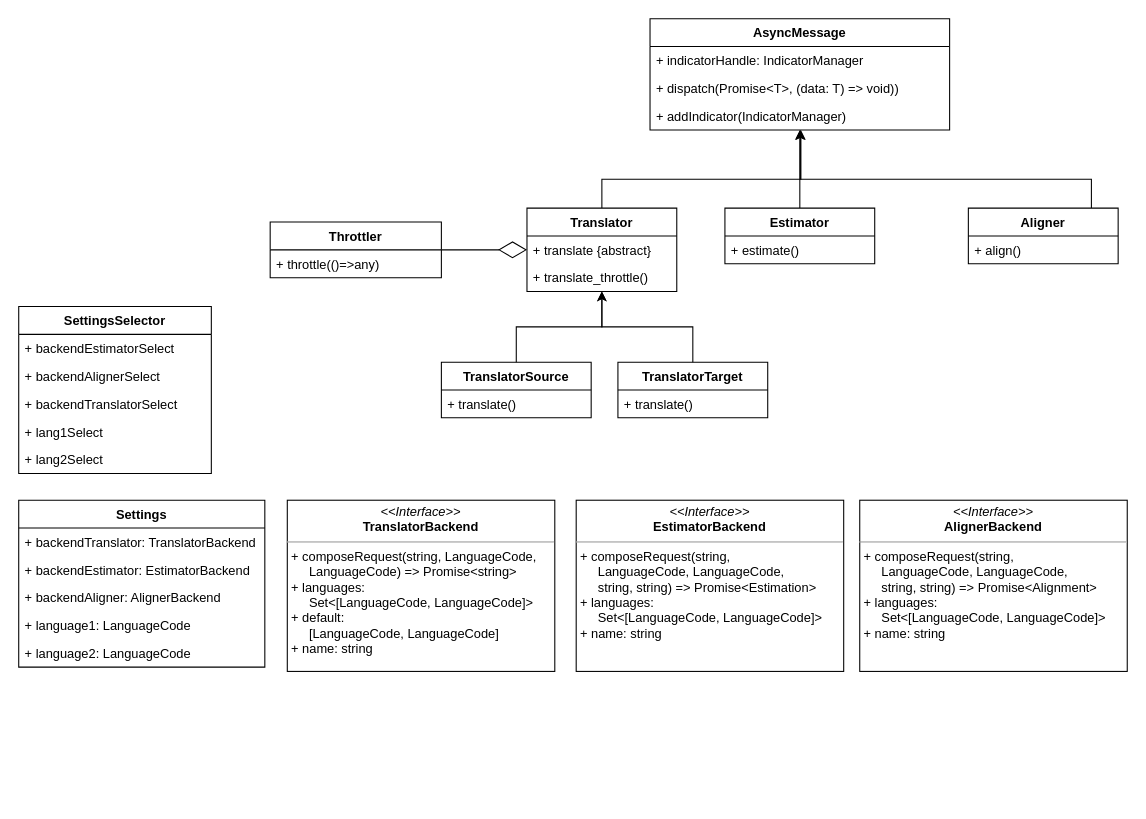
This is meta/web_object_design.drawio from zouharvi/ptakopet, a draw.io file, before an edit. Source tidied: cells renumbered, new cells numbered last; positions are measured from the earlier drawing's top-left corner, leaving out a move shared by most shapes. Both pictures are drawn from the tidied source at 107%, with x=0, y=0 at pixel (18, 18).
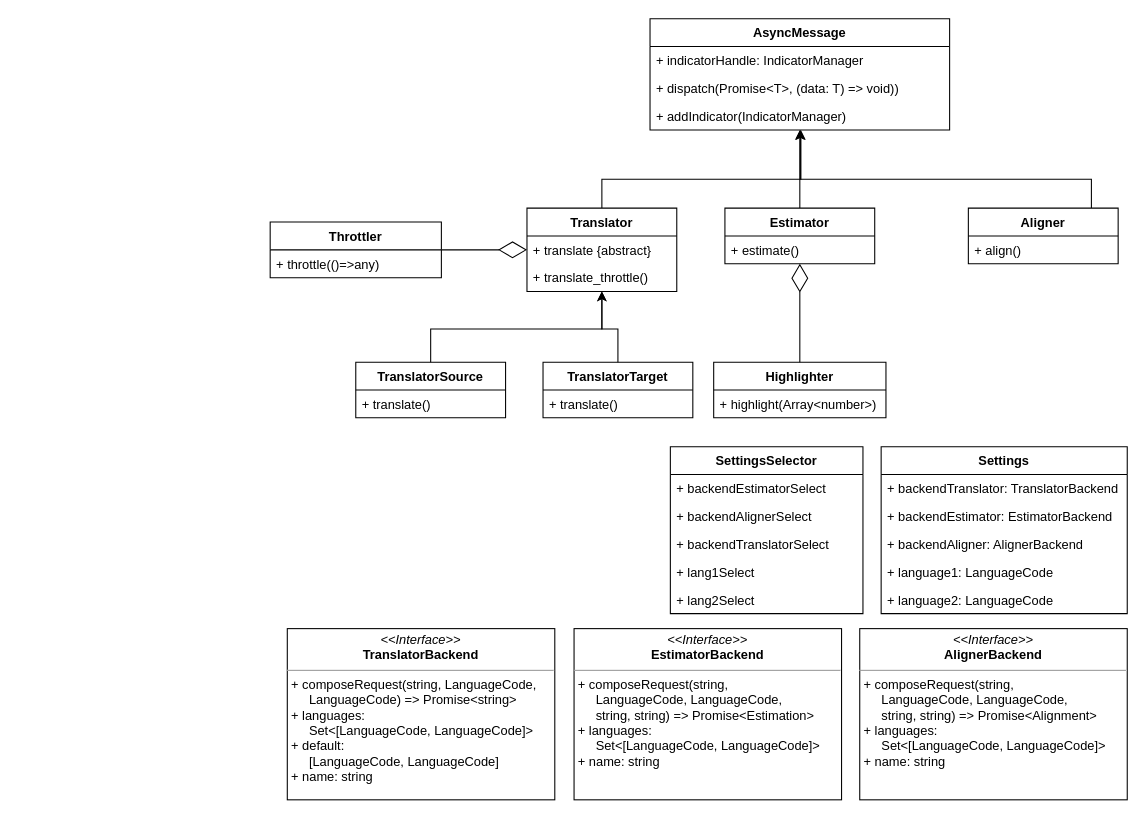
After the change.

Unchanged cells that the change refers to:
```xml
<mxCell id="10" value="Estimator" style="swimlane;fontStyle=1;horizontal=1;startSize=26;fillColor=none;" parent="1" vertex="1">
  <mxGeometry x="660" y="177" width="140" height="52" as="geometry" />
</mxCell>
<mxCell id="13" value="Translator" style="swimlane;fontStyle=1;horizontal=1;startSize=26;fillColor=none;" parent="1" vertex="1">
  <mxGeometry x="475" y="177" width="140" height="78" as="geometry" />
</mxCell>
```

Change to the diagram source:
```diff
@@
     <mxCell id="16" value="SettingsSelector" style="swimlane;fontStyle=1;horizontal=1;startSize=26;fillColor=none;" parent="1" vertex="1">
-      <mxGeometry y="269" width="180" height="156" as="geometry" />
+      <mxGeometry x="609" y="400" width="180" height="156" as="geometry" />
     </mxCell>
@@
     <mxCell id="24" style="edgeStyle=orthogonalEdgeStyle;rounded=0;jettySize=auto;html=1;" parent="1" edge="1" source="25" target="13">
-      <mxGeometry relative="1" as="geometry" />
+      <mxGeometry relative="1" as="geometry">
+        <Array as="points">
+          <mxPoint x="385" y="290" />
+          <mxPoint x="545" y="290" />
+        </Array>
+      </mxGeometry>
     </mxCell>
     <mxCell id="25" value="TranslatorSource" style="swimlane;fontStyle=1;horizontal=1;startSize=26;fillColor=none;" parent="1" vertex="1">
-      <mxGeometry x="395" y="321" width="140" height="52" as="geometry" />
+      <mxGeometry x="315" y="321" width="140" height="52" as="geometry" />
     </mxCell>
@@
     <mxCell id="27" style="edgeStyle=orthogonalEdgeStyle;rounded=0;jettySize=auto;html=1;" parent="1" edge="1" source="28" target="13">
-      <mxGeometry relative="1" as="geometry" />
+      <mxGeometry relative="1" as="geometry">
+        <Array as="points">
+          <mxPoint x="560" y="290" />
+          <mxPoint x="545" y="290" />
+        </Array>
+      </mxGeometry>
     </mxCell>
     <mxCell id="28" value="TranslatorTarget" style="swimlane;fontStyle=1;horizontal=1;startSize=26;fillColor=none;" parent="1" vertex="1">
-      <mxGeometry x="560" y="321" width="140" height="52" as="geometry" />
+      <mxGeometry x="490" y="321" width="140" height="52" as="geometry" />
     </mxCell>
@@
     <mxCell id="30" value="&lt;p style=&quot;margin: 0px ; margin-top: 4px ; text-align: center&quot;&gt;&lt;i&gt;&amp;lt;&amp;lt;Interface&amp;gt;&amp;gt;&lt;/i&gt;&lt;br&gt;&lt;b&gt;TranslatorBackend&lt;/b&gt;&lt;/p&gt;&lt;hr size=&quot;1&quot;&gt;&lt;p style=&quot;margin: 0px ; margin-left: 4px&quot;&gt;+ composeRequest(string, LanguageCode,&lt;br&gt;&amp;nbsp; &amp;nbsp; &amp;nbsp;LanguageCode) =&amp;gt; Promise&amp;lt;string&amp;gt;&lt;/p&gt;&lt;p style=&quot;margin: 0px ; margin-left: 4px&quot;&gt;+ languages:&lt;br&gt;&amp;nbsp; &amp;nbsp; &amp;nbsp;Set&amp;lt;[LanguageCode, LanguageCode]&amp;gt;&lt;br&gt;+ default:&lt;br&gt;&amp;nbsp; &amp;nbsp; &amp;nbsp;[LanguageCode, LanguageCode]&lt;br&gt;+ name: string&lt;/p&gt;" style="verticalAlign=top;align=left;overflow=fill;fontSize=12;fontFamily=Helvetica;html=1;" parent="1" vertex="1">
-      <mxGeometry x="251" y="450" width="250" height="160" as="geometry" />
+      <mxGeometry x="251" y="570" width="250" height="160" as="geometry" />
     </mxCell>
     <mxCell id="31" value="&lt;p style=&quot;margin: 0px ; margin-top: 4px ; text-align: center&quot;&gt;&lt;i&gt;&amp;lt;&amp;lt;Interface&amp;gt;&amp;gt;&lt;/i&gt;&lt;br&gt;&lt;b&gt;EstimatorBackend&lt;/b&gt;&lt;/p&gt;&lt;hr size=&quot;1&quot;&gt;&lt;p style=&quot;margin: 0px ; margin-left: 4px&quot;&gt;+ composeRequest(string,&lt;br&gt;&amp;nbsp; &amp;nbsp; &amp;nbsp;LanguageCode, LanguageCode,&lt;br&gt;&amp;nbsp; &amp;nbsp; &amp;nbsp;string, string) =&amp;gt; Promise&amp;lt;Estimation&amp;gt;&lt;br&gt;&lt;/p&gt;&lt;p style=&quot;margin: 0px ; margin-left: 4px&quot;&gt;+ languages:&lt;br&gt;&amp;nbsp; &amp;nbsp; &amp;nbsp;Set&amp;lt;[LanguageCode, LanguageCode]&amp;gt;&lt;br&gt;+ name: string&lt;/p&gt;" style="verticalAlign=top;align=left;overflow=fill;fontSize=12;fontFamily=Helvetica;html=1;" parent="1" vertex="1">
-      <mxGeometry x="521" y="450" width="250" height="160" as="geometry" />
+      <mxGeometry x="519" y="570" width="250" height="160" as="geometry" />
     </mxCell>
     <mxCell id="32" value="&lt;p style=&quot;margin: 0px ; margin-top: 4px ; text-align: center&quot;&gt;&lt;i&gt;&amp;lt;&amp;lt;Interface&amp;gt;&amp;gt;&lt;/i&gt;&lt;br&gt;&lt;b&gt;AlignerBackend&lt;/b&gt;&lt;/p&gt;&lt;hr size=&quot;1&quot;&gt;&lt;p style=&quot;margin: 0px ; margin-left: 4px&quot;&gt;+ composeRequest(string,&lt;br&gt;&amp;nbsp; &amp;nbsp; &amp;nbsp;LanguageCode, LanguageCode,&lt;br&gt;&amp;nbsp; &amp;nbsp; &amp;nbsp;string, string) =&amp;gt; Promise&amp;lt;Alignment&amp;gt;&lt;/p&gt;&lt;p style=&quot;margin: 0px ; margin-left: 4px&quot;&gt;+ languages:&lt;br&gt;&amp;nbsp; &amp;nbsp; &amp;nbsp;Set&amp;lt;[LanguageCode, LanguageCode]&amp;gt;&lt;br&gt;+ name: string&lt;/p&gt;" style="verticalAlign=top;align=left;overflow=fill;fontSize=12;fontFamily=Helvetica;html=1;" parent="1" vertex="1">
-      <mxGeometry x="786" y="450" width="250" height="160" as="geometry" />
+      <mxGeometry x="786" y="570" width="250" height="160" as="geometry" />
     </mxCell>
     <mxCell id="33" value="Settings" style="swimlane;fontStyle=1;horizontal=1;startSize=26;fillColor=none;" parent="1" vertex="1">
-      <mxGeometry y="450" width="230" height="156" as="geometry" />
+      <mxGeometry x="806" y="400" width="230" height="156" as="geometry" />
     </mxCell>
@@
+    <mxCell id="40" value="Highlighter" style="swimlane;fontStyle=1;horizontal=1;startSize=26;fillColor=none;" parent="1" vertex="1">
+      <mxGeometry x="649.5" y="321" width="161" height="52" as="geometry" />
+    </mxCell>
+    <mxCell id="41" value="+ highlight(Array&lt;number&gt;)" style="text;strokeColor=none;fillColor=none;align=left;verticalAlign=top;spacingLeft=4;spacingRight=4;overflow=hidden;" parent="40" vertex="1">
+      <mxGeometry y="26" width="161" height="26" as="geometry" />
+    </mxCell>
+    <mxCell id="42" style="endArrow=diamondThin;endFill=0;endSize=24;html=1;" parent="1" edge="1" source="40" target="10">
+      <mxGeometry relative="1" as="geometry" />
+    </mxCell>
```
